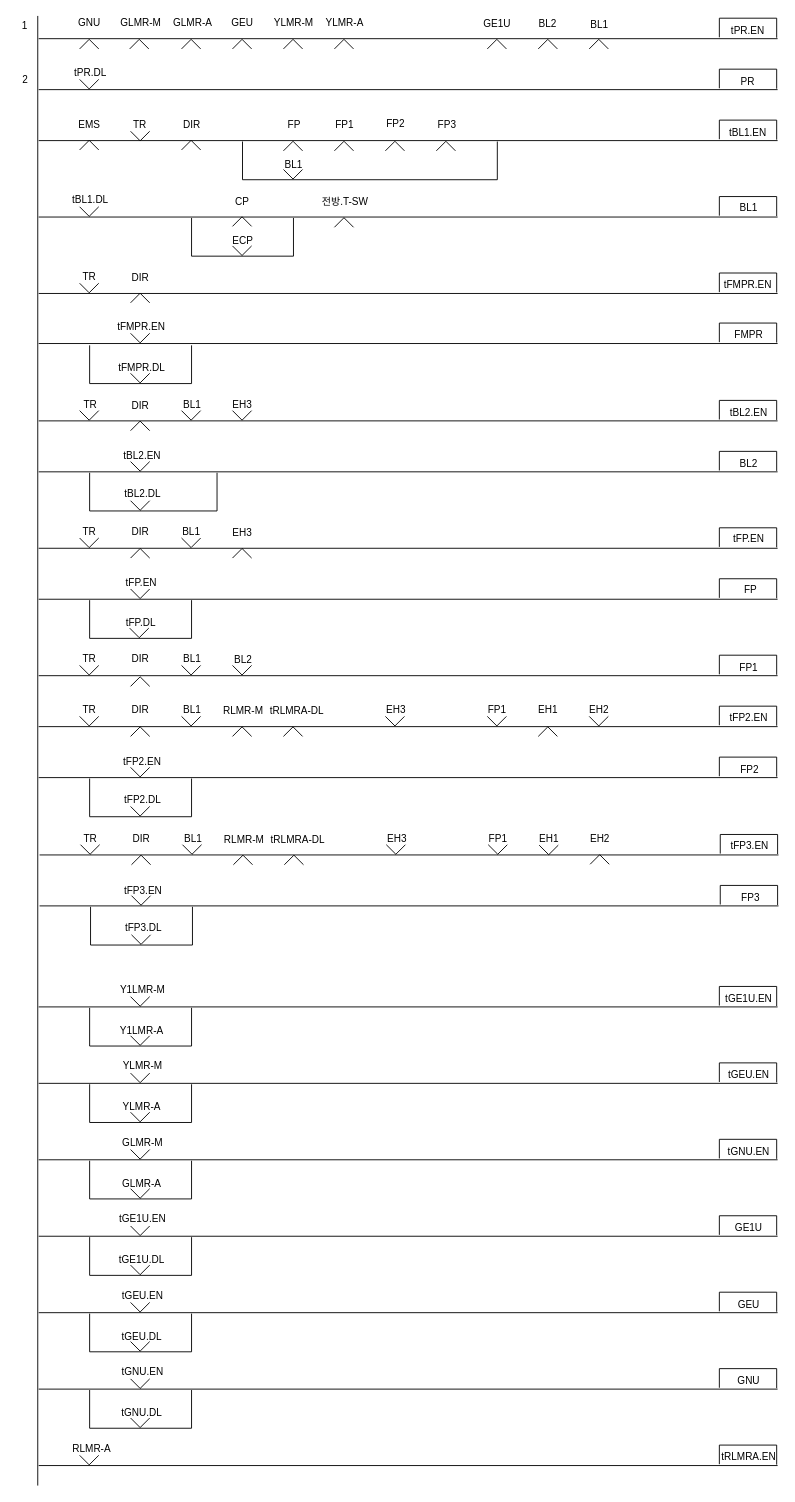
Above: page "신호제어로직" (1 of 6) of Untitled Diagram.drawio in chillin2/MyDraw.io (draw.io), before the change. Source tidied: cells renumbered, new cells numbered last; positions are measured from the earlier drawing's top-left corner, leaving out a move shared by most shapes. Both pictures are drawn from the tidied source at 91%, with x=0, y=0 at pixel (15, 15).
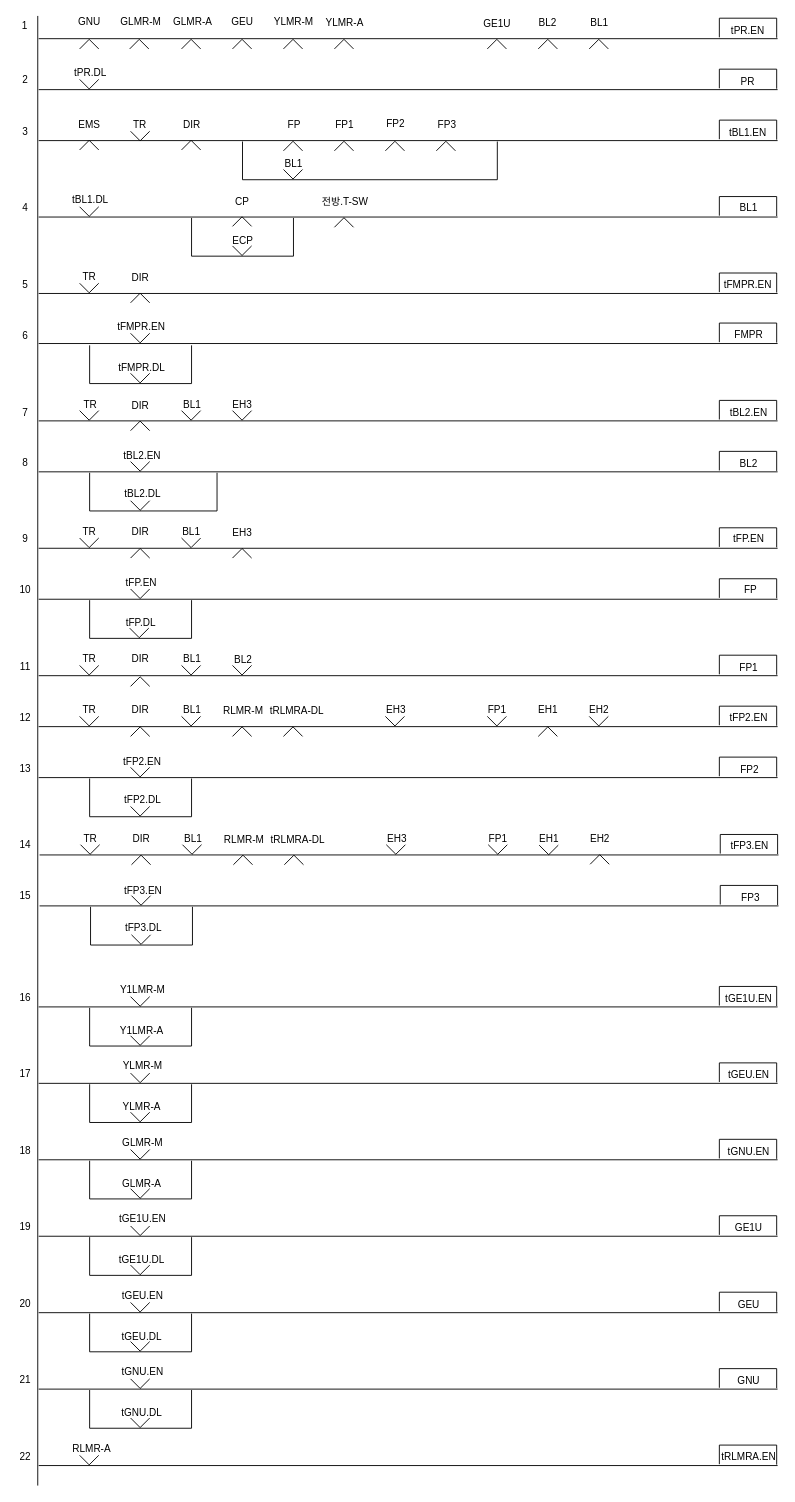
Above is the later version.

The edit, as a diff of the source:
```diff
@@
     <mxCell id="3" value="GNU" style="text;html=1;strokeColor=none;fillColor=none;align=center;verticalAlign=middle;whiteSpace=wrap;rounded=0;fontFamily=Helvetica;fontSize=11;fontColor=default;" parent="1" vertex="1">
-      <mxGeometry x="61" y="1" width="40" height="14" as="geometry" />
+      <mxGeometry x="61" y="1" width="40" height="11" as="geometry" />
     </mxCell>
@@
     <mxCell id="5" value="GLMR-M" style="text;html=1;strokeColor=none;fillColor=none;align=center;verticalAlign=middle;whiteSpace=wrap;rounded=0;fontFamily=Helvetica;fontSize=11;fontColor=default;" parent="1" vertex="1">
-      <mxGeometry x="114" y="1" width="47" height="14" as="geometry" />
+      <mxGeometry x="114" y="1" width="47" height="11" as="geometry" />
     </mxCell>
     <mxCell id="6" value="GLMR-A" style="text;html=1;strokeColor=none;fillColor=none;align=center;verticalAlign=middle;whiteSpace=wrap;rounded=0;fontFamily=Helvetica;fontSize=11;fontColor=default;" parent="1" vertex="1">
-      <mxGeometry x="171" y="1" width="47" height="14" as="geometry" />
+      <mxGeometry x="171" y="1" width="47" height="11" as="geometry" />
     </mxCell>
     <mxCell id="7" value="GEU" style="text;html=1;strokeColor=none;fillColor=none;align=center;verticalAlign=middle;whiteSpace=wrap;rounded=0;fontFamily=Helvetica;fontSize=11;fontColor=default;" parent="1" vertex="1">
-      <mxGeometry x="229" y="1" width="40" height="14" as="geometry" />
+      <mxGeometry x="229" y="1" width="40" height="11" as="geometry" />
     </mxCell>
     <mxCell id="8" value="YLMR-M" style="text;html=1;strokeColor=none;fillColor=none;align=center;verticalAlign=middle;whiteSpace=wrap;rounded=0;fontFamily=Helvetica;fontSize=11;fontColor=default;" parent="1" vertex="1">
-      <mxGeometry x="282" y="1" width="47" height="14" as="geometry" />
+      <mxGeometry x="282" y="1" width="47" height="11" as="geometry" />
     </mxCell>
     <mxCell id="9" value="YLMR-A" style="text;html=1;strokeColor=none;fillColor=none;align=center;verticalAlign=middle;whiteSpace=wrap;rounded=0;fontFamily=Helvetica;fontSize=11;fontColor=default;" parent="1" vertex="1">
-      <mxGeometry x="338" width="47" height="15" as="geometry" />
+      <mxGeometry x="338" y="2" width="47" height="12" as="geometry" />
     </mxCell>
     <mxCell id="10" value="GE1U" style="text;html=1;strokeColor=none;fillColor=none;align=center;verticalAlign=middle;whiteSpace=wrap;rounded=0;fontFamily=Helvetica;fontSize=11;fontColor=default;" parent="1" vertex="1">
-      <mxGeometry x="509" y="2" width="40" height="14" as="geometry" />
+      <mxGeometry x="509" y="4" width="40" height="10" as="geometry" />
     </mxCell>
     <mxCell id="11" value="BL2" style="text;html=1;strokeColor=none;fillColor=none;align=center;verticalAlign=middle;whiteSpace=wrap;rounded=0;fontFamily=Helvetica;fontSize=11;fontColor=default;" parent="1" vertex="1">
-      <mxGeometry x="561" y="2" width="47" height="14" as="geometry" />
+      <mxGeometry x="561" y="3" width="47" height="9" as="geometry" />
     </mxCell>
     <mxCell id="12" value="BL1" style="text;html=1;strokeColor=none;fillColor=none;align=center;verticalAlign=middle;whiteSpace=wrap;rounded=0;fontFamily=Helvetica;fontSize=11;fontColor=default;" parent="1" vertex="1">
-      <mxGeometry x="618" y="2" width="47" height="15" as="geometry" />
+      <mxGeometry x="618" y="3" width="47" height="10" as="geometry" />
     </mxCell>
@@
     <mxCell id="25" value="BL1" style="text;html=1;strokeColor=none;fillColor=none;align=center;verticalAlign=middle;whiteSpace=wrap;rounded=0;fontFamily=Helvetica;fontSize=11;fontColor=default;" parent="1" vertex="1">
-      <mxGeometry x="282" y="156" width="47" height="16" as="geometry" />
+      <mxGeometry x="282" y="158" width="47" height="10" as="geometry" />
     </mxCell>
@@
     <mxCell id="31" value="ECP" style="text;html=1;strokeColor=none;fillColor=none;align=center;verticalAlign=middle;whiteSpace=wrap;rounded=0;fontFamily=Helvetica;fontSize=11;fontColor=default;" parent="1" vertex="1">
-      <mxGeometry x="226" y="238" width="47" height="18" as="geometry" />
+      <mxGeometry x="226" y="241" width="47" height="12" as="geometry" />
     </mxCell>
     <mxCell id="32" value="TR" style="text;html=1;strokeColor=none;fillColor=none;align=center;verticalAlign=middle;whiteSpace=wrap;rounded=0;fontFamily=Helvetica;fontSize=11;fontColor=default;" parent="1" vertex="1">
-      <mxGeometry x="61" y="278" width="40" height="17" as="geometry" />
+      <mxGeometry x="61" y="280" width="40" height="14" as="geometry" />
     </mxCell>
@@
+    <mxCell id="238" value="3" style="text;html=1;strokeColor=none;fillColor=none;align=center;verticalAlign=middle;whiteSpace=wrap;rounded=0;fontFamily=Helvetica;fontSize=11;fontColor=default;" parent="1" vertex="1">
+      <mxGeometry y="119" width="21" height="16" as="geometry" />
+    </mxCell>
+    <mxCell id="239" value="4" style="text;html=1;strokeColor=none;fillColor=none;align=center;verticalAlign=middle;whiteSpace=wrap;rounded=0;fontFamily=Helvetica;fontSize=11;fontColor=default;" parent="1" vertex="1">
+      <mxGeometry y="203" width="21" height="16" as="geometry" />
+    </mxCell>
+    <mxCell id="240" value="5" style="text;html=1;strokeColor=none;fillColor=none;align=center;verticalAlign=middle;whiteSpace=wrap;rounded=0;fontFamily=Helvetica;fontSize=11;fontColor=default;" parent="1" vertex="1">
+      <mxGeometry y="288" width="21" height="16" as="geometry" />
+    </mxCell>
+    <mxCell id="241" value="6" style="text;html=1;strokeColor=none;fillColor=none;align=center;verticalAlign=middle;whiteSpace=wrap;rounded=0;fontFamily=Helvetica;fontSize=11;fontColor=default;" parent="1" vertex="1">
+      <mxGeometry y="343" width="21" height="16" as="geometry" />
+    </mxCell>
+    <mxCell id="242" value="7" style="text;html=1;strokeColor=none;fillColor=none;align=center;verticalAlign=middle;whiteSpace=wrap;rounded=0;fontFamily=Helvetica;fontSize=11;fontColor=default;" parent="1" vertex="1">
+      <mxGeometry y="428" width="21" height="16" as="geometry" />
+    </mxCell>
+    <mxCell id="243" value="8" style="text;html=1;strokeColor=none;fillColor=none;align=center;verticalAlign=middle;whiteSpace=wrap;rounded=0;fontFamily=Helvetica;fontSize=11;fontColor=default;" parent="1" vertex="1">
+      <mxGeometry y="483" width="21" height="16" as="geometry" />
+    </mxCell>
+    <mxCell id="244" value="9" style="text;html=1;strokeColor=none;fillColor=none;align=center;verticalAlign=middle;whiteSpace=wrap;rounded=0;fontFamily=Helvetica;fontSize=11;fontColor=default;" parent="1" vertex="1">
+      <mxGeometry y="567" width="21" height="16" as="geometry" />
+    </mxCell>
+    <mxCell id="245" value="10" style="text;html=1;strokeColor=none;fillColor=none;align=center;verticalAlign=middle;whiteSpace=wrap;rounded=0;fontFamily=Helvetica;fontSize=11;fontColor=default;" parent="1" vertex="1">
+      <mxGeometry y="623" width="21" height="16" as="geometry" />
+    </mxCell>
+    <mxCell id="246" value="11" style="text;html=1;strokeColor=none;fillColor=none;align=center;verticalAlign=middle;whiteSpace=wrap;rounded=0;fontFamily=Helvetica;fontSize=11;fontColor=default;" parent="1" vertex="1">
+      <mxGeometry y="707" width="21" height="16" as="geometry" />
+    </mxCell>
+    <mxCell id="247" value="12" style="text;html=1;strokeColor=none;fillColor=none;align=center;verticalAlign=middle;whiteSpace=wrap;rounded=0;fontFamily=Helvetica;fontSize=11;fontColor=default;" parent="1" vertex="1">
+      <mxGeometry y="763" width="21" height="16" as="geometry" />
+    </mxCell>
+    <mxCell id="248" value="13" style="text;html=1;strokeColor=none;fillColor=none;align=center;verticalAlign=middle;whiteSpace=wrap;rounded=0;fontFamily=Helvetica;fontSize=11;fontColor=default;" parent="1" vertex="1">
+      <mxGeometry y="819" width="21" height="16" as="geometry" />
+    </mxCell>
+    <mxCell id="249" value="14" style="text;html=1;strokeColor=none;fillColor=none;align=center;verticalAlign=middle;whiteSpace=wrap;rounded=0;fontFamily=Helvetica;fontSize=11;fontColor=default;" parent="1" vertex="1">
+      <mxGeometry y="903" width="21" height="16" as="geometry" />
+    </mxCell>
+    <mxCell id="250" value="15" style="text;html=1;strokeColor=none;fillColor=none;align=center;verticalAlign=middle;whiteSpace=wrap;rounded=0;fontFamily=Helvetica;fontSize=11;fontColor=default;" parent="1" vertex="1">
+      <mxGeometry y="959" width="21" height="16" as="geometry" />
+    </mxCell>
+    <mxCell id="251" value="16" style="text;html=1;strokeColor=none;fillColor=none;align=center;verticalAlign=middle;whiteSpace=wrap;rounded=0;fontFamily=Helvetica;fontSize=11;fontColor=default;" parent="1" vertex="1">
+      <mxGeometry y="1071" width="21" height="16" as="geometry" />
+    </mxCell>
+    <mxCell id="252" value="17" style="text;html=1;strokeColor=none;fillColor=none;align=center;verticalAlign=middle;whiteSpace=wrap;rounded=0;fontFamily=Helvetica;fontSize=11;fontColor=default;" parent="1" vertex="1">
+      <mxGeometry y="1155" width="21" height="16" as="geometry" />
+    </mxCell>
+    <mxCell id="253" value="18" style="text;html=1;strokeColor=none;fillColor=none;align=center;verticalAlign=middle;whiteSpace=wrap;rounded=0;fontFamily=Helvetica;fontSize=11;fontColor=default;" parent="1" vertex="1">
+      <mxGeometry y="1239" width="21" height="16" as="geometry" />
+    </mxCell>
+    <mxCell id="254" value="19" style="text;html=1;strokeColor=none;fillColor=none;align=center;verticalAlign=middle;whiteSpace=wrap;rounded=0;fontFamily=Helvetica;fontSize=11;fontColor=default;" parent="1" vertex="1">
+      <mxGeometry y="1323" width="21" height="16" as="geometry" />
+    </mxCell>
+    <mxCell id="255" value="20" style="text;html=1;strokeColor=none;fillColor=none;align=center;verticalAlign=middle;whiteSpace=wrap;rounded=0;fontFamily=Helvetica;fontSize=11;fontColor=default;" parent="1" vertex="1">
+      <mxGeometry y="1407" width="21" height="16" as="geometry" />
+    </mxCell>
+    <mxCell id="256" value="21" style="text;html=1;strokeColor=none;fillColor=none;align=center;verticalAlign=middle;whiteSpace=wrap;rounded=0;fontFamily=Helvetica;fontSize=11;fontColor=default;" parent="1" vertex="1">
+      <mxGeometry y="1491" width="21" height="16" as="geometry" />
+    </mxCell>
+    <mxCell id="257" value="22" style="text;html=1;strokeColor=none;fillColor=none;align=center;verticalAlign=middle;whiteSpace=wrap;rounded=0;fontFamily=Helvetica;fontSize=11;fontColor=default;" parent="1" vertex="1">
+      <mxGeometry y="1575" width="21" height="16" as="geometry" />
+    </mxCell>
```
